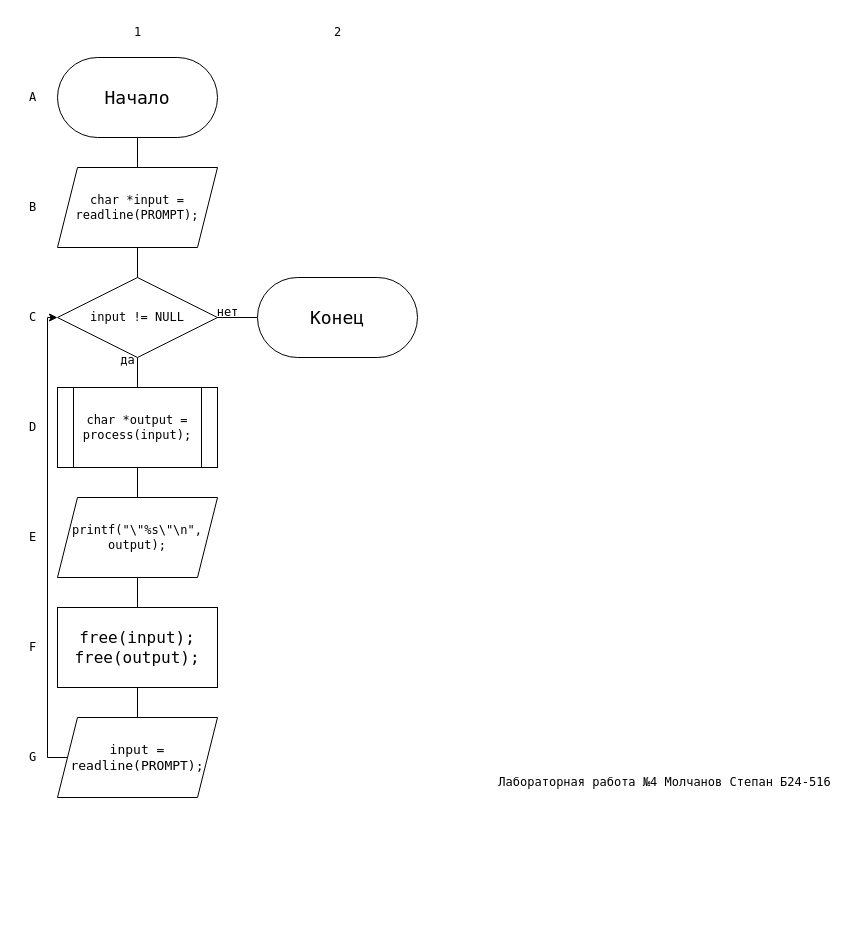
This is page "main" (1 of 9) of lab4/flowchart.drawio from molchanov71/MEPhIflowcharts, a draw.io file, before an edit. Source tidied: cells renumbered, new cells numbered last; positions are measured from the earlier drawing's top-left corner, leaving out a move shared by most shapes. Both pictures are drawn from the tidied source at 100%, with x=0, y=0 at pixel (17, 17).
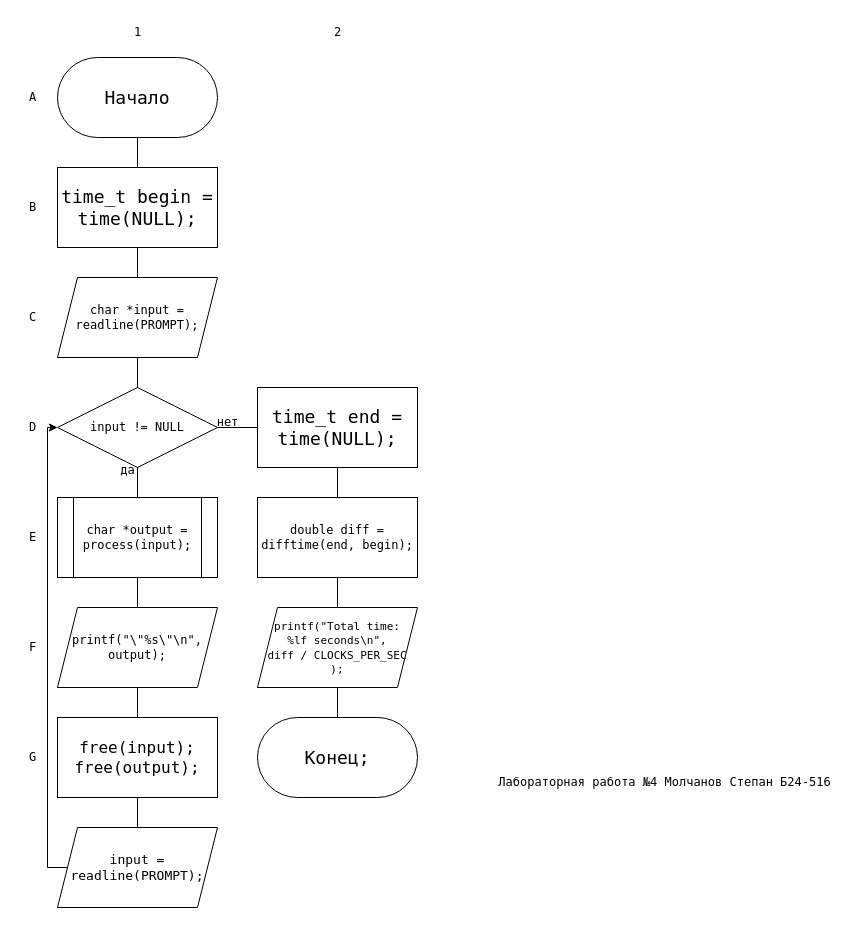
The same diagram, later.

Unchanged cells that the change refers to:
```xml
<mxCell id="3" value="&lt;font style=&quot;font-size: 18px;&quot; face=&quot;Lucida Console&quot;&gt;Начало&lt;/font&gt;" style="rounded=1;whiteSpace=wrap;html=1;arcSize=50;" parent="1" vertex="1">
  <mxGeometry x="40" y="40" width="160" height="80" as="geometry" />
</mxCell>
```

Diff of the diagram source:
```diff
@@
-    <mxCell id="2" style="edgeStyle=orthogonalEdgeStyle;rounded=0;jettySize=auto;html=1;exitX=0.5;exitY=1;exitDx=0;exitDy=0;entryX=0.5;entryY=0;entryDx=0;entryDy=0;endArrow=none;endFill=0;" parent="1" edge="1" source="3" target="14">
-      <mxGeometry relative="1" as="geometry" />
-    </mxCell>
+    <mxCell id="30" style="edgeStyle=orthogonalEdgeStyle;rounded=0;jettySize=auto;html=1;exitX=0.5;exitY=1;exitDx=0;exitDy=0;entryX=0.5;entryY=0;entryDx=0;entryDy=0;endArrow=none;endFill=0;" parent="1" edge="1" source="3" target="32">
+      <mxGeometry relative="1" as="geometry" />
+    </mxCell>
@@
-    <mxCell id="5" style="edgeStyle=orthogonalEdgeStyle;rounded=0;jettySize=auto;html=1;exitX=1;exitY=0.5;exitDx=0;exitDy=0;entryX=0;entryY=0.5;entryDx=0;entryDy=0;endArrow=none;endFill=0;" parent="1" edge="1" source="6" target="17">
-      <mxGeometry relative="1" as="geometry" />
+    <mxCell id="5" style="edgeStyle=orthogonalEdgeStyle;rounded=0;jettySize=auto;html=1;exitX=1;exitY=0.5;exitDx=0;exitDy=0;entryX=0;entryY=0.5;entryDx=0;entryDy=0;endArrow=none;endFill=0;" parent="1" edge="1" source="6">
+      <mxGeometry relative="1" as="geometry">
+        <mxPoint x="240" y="410" as="targetPoint" />
+      </mxGeometry>
     </mxCell>
     <mxCell id="6" value="&lt;font face=&quot;Lucida Console&quot;&gt;input != NULL&lt;/font&gt;" style="rhombus;whiteSpace=wrap;html=1;" parent="1" vertex="1">
-      <mxGeometry x="40" y="260" width="160" height="80" as="geometry" />
+      <mxGeometry x="40" y="370" width="160" height="80" as="geometry" />
     </mxCell>
@@
     <mxCell id="8" value="&lt;font face=&quot;Lucida Console&quot;&gt;char *output = process(input);&lt;/font&gt;" style="shape=process;whiteSpace=wrap;html=1;backgroundOutline=1;" parent="1" vertex="1">
-      <mxGeometry x="40" y="370" width="160" height="80" as="geometry" />
+      <mxGeometry x="40" y="480" width="160" height="80" as="geometry" />
     </mxCell>
@@
     <mxCell id="10" value="&lt;font face=&quot;Lucida Console&quot;&gt;printf(&quot;\&quot;%s\&quot;\n&quot;, output);&lt;/font&gt;" style="shape=parallelogram;perimeter=parallelogramPerimeter;whiteSpace=wrap;html=1;fixedSize=1;" parent="1" vertex="1">
-      <mxGeometry x="40" y="480" width="160" height="80" as="geometry" />
+      <mxGeometry x="40" y="590" width="160" height="80" as="geometry" />
     </mxCell>
@@
     <mxCell id="12" value="&lt;font style=&quot;font-size: 16px;&quot; face=&quot;Lucida Console&quot;&gt;free(input);&lt;br&gt;free(output);&lt;/font&gt;" style="rounded=0;whiteSpace=wrap;html=1;" parent="1" vertex="1">
-      <mxGeometry x="40" y="590" width="160" height="80" as="geometry" />
+      <mxGeometry x="40" y="700" width="160" height="80" as="geometry" />
     </mxCell>
@@
     <mxCell id="14" value="&lt;span style=&quot;font-family: &amp;quot;Lucida Console&amp;quot;;&quot;&gt;char *input = readline(PROMPT);&lt;/span&gt;" style="shape=parallelogram;perimeter=parallelogramPerimeter;whiteSpace=wrap;html=1;fixedSize=1;" parent="1" vertex="1">
-      <mxGeometry x="40" y="150" width="160" height="80" as="geometry" />
+      <mxGeometry x="40" y="260" width="160" height="80" as="geometry" />
     </mxCell>
     <mxCell id="15" style="edgeStyle=orthogonalEdgeStyle;rounded=0;jettySize=auto;html=1;exitX=0;exitY=0.5;exitDx=0;exitDy=0;entryX=0;entryY=0.5;entryDx=0;entryDy=0;" parent="1" edge="1" source="16" target="6">
       <mxGeometry relative="1" as="geometry">
         <Array as="points">
-          <mxPoint x="30" y="740" />
-          <mxPoint x="30" y="300" />
+          <mxPoint x="30" y="850" />
+          <mxPoint x="30" y="410" />
         </Array>
       </mxGeometry>
     </mxCell>
     <mxCell id="16" value="&lt;font style=&quot;font-size: 13px;&quot; face=&quot;Lucida Console&quot;&gt;input = readline(PROMPT);&lt;/font&gt;" style="shape=parallelogram;perimeter=parallelogramPerimeter;whiteSpace=wrap;html=1;fixedSize=1;" parent="1" vertex="1">
-      <mxGeometry x="40" y="700" width="160" height="80" as="geometry" />
+      <mxGeometry x="40" y="810" width="160" height="80" as="geometry" />
     </mxCell>
-    <mxCell id="17" value="&lt;font style=&quot;font-size: 18px;&quot; face=&quot;Lucida Console&quot;&gt;Конец&lt;/font&gt;" style="rounded=1;whiteSpace=wrap;html=1;arcSize=50;" parent="1" vertex="1">
-      <mxGeometry x="240" y="260" width="160" height="80" as="geometry" />
-    </mxCell>
@@
     <mxCell id="28" value="&lt;font face=&quot;Lucida Console&quot;&gt;да&lt;/font&gt;" style="text;html=1;align=center;verticalAlign=middle;strokeColor=none;fillColor=none;" parent="1" vertex="1">
-      <mxGeometry x="90" y="328" width="40" height="30" as="geometry" />
+      <mxGeometry x="90" y="438" width="40" height="30" as="geometry" />
     </mxCell>
     <mxCell id="29" value="&lt;font face=&quot;Lucida Console&quot;&gt;нет&lt;/font&gt;" style="text;html=1;align=center;verticalAlign=middle;strokeColor=none;fillColor=none;" parent="1" vertex="1">
-      <mxGeometry x="185" y="280" width="50" height="30" as="geometry" />
+      <mxGeometry x="185" y="390" width="50" height="30" as="geometry" />
     </mxCell>
+    <mxCell id="31" style="edgeStyle=orthogonalEdgeStyle;rounded=0;jettySize=auto;html=1;exitX=0.5;exitY=1;exitDx=0;exitDy=0;entryX=0.5;entryY=0;entryDx=0;entryDy=0;endArrow=none;endFill=0;" parent="1" edge="1" source="32" target="14">
+      <mxGeometry relative="1" as="geometry" />
+    </mxCell>
+    <mxCell id="32" value="&lt;font style=&quot;font-size: 18px;&quot; face=&quot;Lucida Console&quot;&gt;time_t begin = time(NULL);&lt;/font&gt;" style="rounded=0;whiteSpace=wrap;html=1;" parent="1" vertex="1">
+      <mxGeometry x="40" y="150" width="160" height="80" as="geometry" />
+    </mxCell>
+    <mxCell id="33" style="edgeStyle=orthogonalEdgeStyle;rounded=0;jettySize=auto;html=1;exitX=0.5;exitY=1;exitDx=0;exitDy=0;entryX=0.5;entryY=0;entryDx=0;entryDy=0;endArrow=none;endFill=0;" parent="1" edge="1" source="34" target="36">
+      <mxGeometry relative="1" as="geometry" />
+    </mxCell>
+    <mxCell id="34" value="&lt;font style=&quot;font-size: 18px;&quot; face=&quot;Lucida Console&quot;&gt;time_t end = time(NULL);&lt;/font&gt;" style="rounded=0;whiteSpace=wrap;html=1;" parent="1" vertex="1">
+      <mxGeometry x="240" y="370" width="160" height="80" as="geometry" />
+    </mxCell>
+    <mxCell id="35" style="edgeStyle=orthogonalEdgeStyle;rounded=0;jettySize=auto;html=1;exitX=0.5;exitY=1;exitDx=0;exitDy=0;entryX=0.5;entryY=0;entryDx=0;entryDy=0;endArrow=none;endFill=0;" parent="1" edge="1" source="36" target="38">
+      <mxGeometry relative="1" as="geometry" />
+    </mxCell>
+    <mxCell id="36" value="&lt;font face=&quot;Lucida Console&quot;&gt;double diff = difftime(end, begin);&lt;/font&gt;" style="rounded=0;whiteSpace=wrap;html=1;" parent="1" vertex="1">
+      <mxGeometry x="240" y="480" width="160" height="80" as="geometry" />
+    </mxCell>
+    <mxCell id="37" style="edgeStyle=orthogonalEdgeStyle;rounded=0;jettySize=auto;html=1;exitX=0.5;exitY=1;exitDx=0;exitDy=0;entryX=0.5;entryY=0;entryDx=0;entryDy=0;endArrow=none;endFill=0;" parent="1" edge="1" source="38" target="39">
+      <mxGeometry relative="1" as="geometry" />
+    </mxCell>
+    <mxCell id="38" value="&lt;font style=&quot;font-size: 11px;&quot; face=&quot;Lucida Console&quot;&gt;printf(&quot;Total time: &lt;br&gt;%lf seconds\n&quot;, &lt;br&gt;diff / CLOCKS_PER_SEC&lt;br&gt;);&lt;/font&gt;" style="shape=parallelogram;perimeter=parallelogramPerimeter;whiteSpace=wrap;html=1;fixedSize=1;" parent="1" vertex="1">
+      <mxGeometry x="240" y="590" width="160" height="80" as="geometry" />
+    </mxCell>
+    <mxCell id="39" value="&lt;font style=&quot;font-size: 18px;&quot; face=&quot;Lucida Console&quot;&gt;Конец;&lt;/font&gt;" style="rounded=1;whiteSpace=wrap;html=1;arcSize=50;" parent="1" vertex="1">
+      <mxGeometry x="240" y="700" width="160" height="80" as="geometry" />
+    </mxCell>
```
